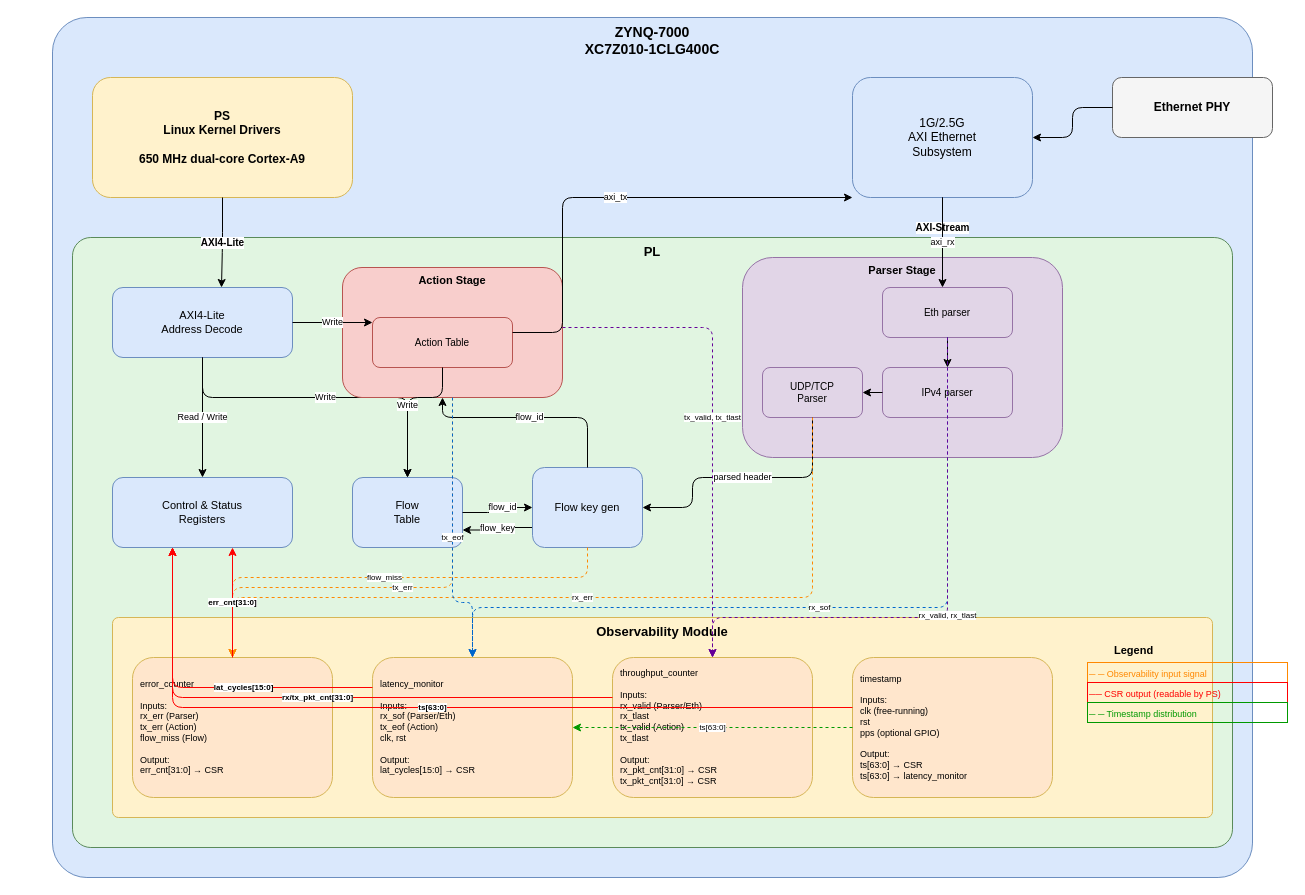
Above: docs/zynq_dataplane.drawio in JesseOinonen/zynq-networking-dataplane (draw.io), before the change. Source tidied: cells renumbered, new cells numbered last; positions are measured from the earlier drawing's top-left corner, leaving out a move shared by most shapes. Both pictures are drawn from the tidied source at 100%, with x=0, y=0 at pixel (52, 17).
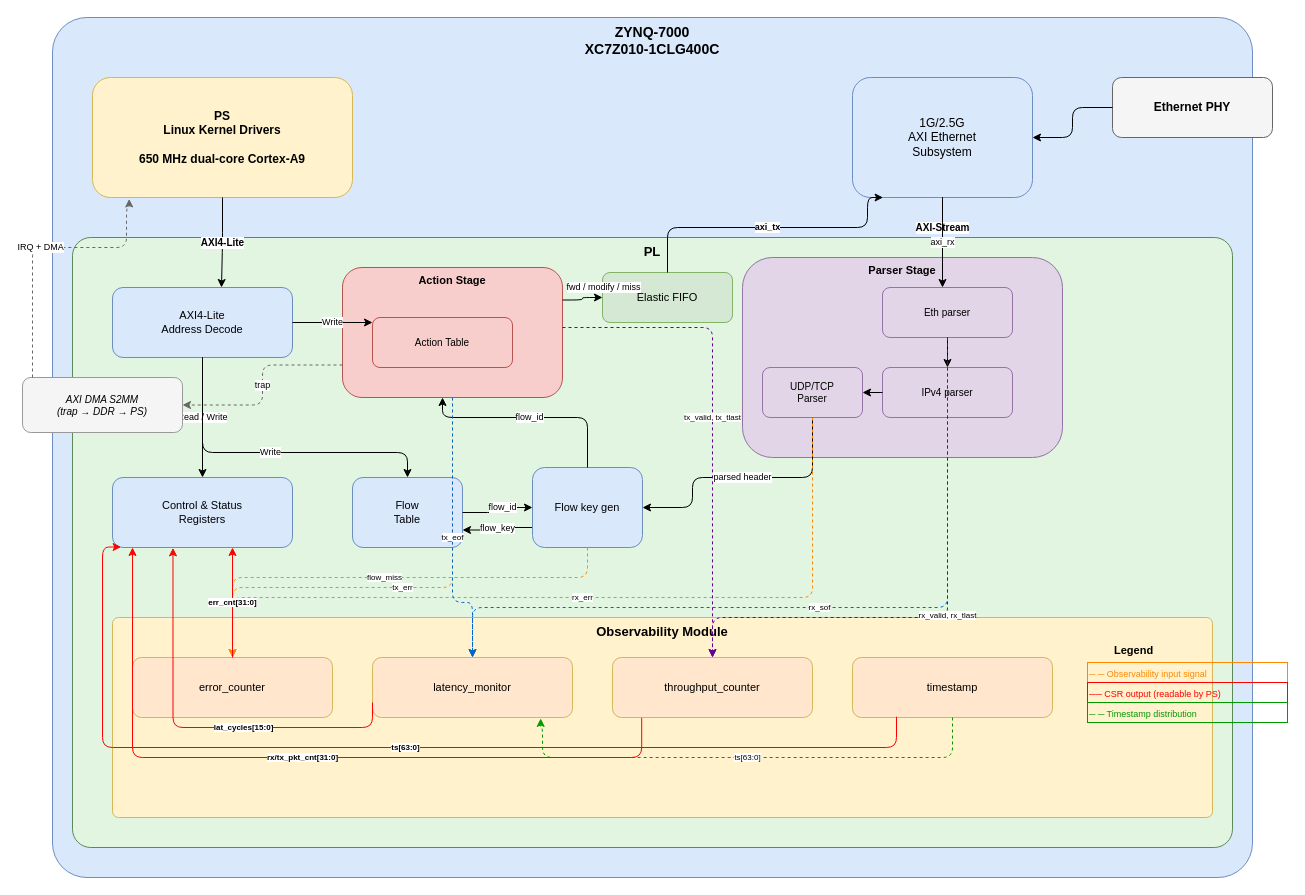
The same diagram, later.

Unchanged cells that the change refers to:
```xml
<mxCell id="3" value="PS&#10;Linux Kernel Drivers&#10;&#10;650 MHz dual-core Cortex-A9" style="rounded=1;whiteSpace=wrap;html=1;fillColor=#fff2cc;strokeColor=#d6b656;fontSize=12;fontStyle=1;" parent="1" vertex="1">
  <mxGeometry x="40" y="60" width="260" height="120" as="geometry" />
</mxCell>
<mxCell id="4" value="1G/2.5G&#10;AXI Ethernet&#10;Subsystem" style="rounded=1;whiteSpace=wrap;html=1;fillColor=#dae8fc;strokeColor=#6c8ebf;fontSize=12;" parent="1" vertex="1">
  <mxGeometry x="800" y="60" width="180" height="120" as="geometry" />
</mxCell>
<mxCell id="9" value="AXI4-Lite&#10;Address Decode" style="rounded=1;whiteSpace=wrap;html=1;fillColor=#dae8fc;strokeColor=#6c8ebf;fontSize=11;" parent="1" vertex="1">
  <mxGeometry x="60" y="270" width="180" height="70" as="geometry" />
</mxCell>
<mxCell id="10" value="Control &amp; Status&#10;Registers" style="rounded=1;whiteSpace=wrap;html=1;fillColor=#dae8fc;strokeColor=#6c8ebf;fontSize=11;" parent="1" vertex="1">
  <mxGeometry x="60" y="460" width="180" height="70" as="geometry" />
</mxCell>
<mxCell id="12" value="Flow&#10;Table" style="rounded=1;whiteSpace=wrap;html=1;fillColor=#dae8fc;strokeColor=#6c8ebf;fontSize=11;" parent="1" vertex="1">
  <mxGeometry x="300" y="460" width="110" height="70" as="geometry" />
</mxCell>
<mxCell id="14" value="Action Stage" style="rounded=1;whiteSpace=wrap;html=1;fillColor=#f8cecc;strokeColor=#b85450;fontSize=11;fontStyle=1;verticalAlign=top;" parent="1" vertex="1">
  <mxGeometry x="290" y="250" width="220" height="130" as="geometry" />
</mxCell>
<mxCell id="15" value="Action Table" style="rounded=1;whiteSpace=wrap;html=1;fillColor=#f8cecc;strokeColor=#b85450;fontSize=10;" parent="1" vertex="1">
  <mxGeometry x="320" y="300" width="140" height="50" as="geometry" />
</mxCell>
```

What changed in the source:
```diff
@@
     <mxCell id="13" value="Write" style="edgeStyle=orthogonalEdgeStyle;html=1;fontSize=9;" parent="1" edge="1" source="9" target="12">
       <mxGeometry relative="1" as="geometry">
         <Array as="points">
-          <mxPoint x="150" y="380" />
-          <mxPoint x="355" y="380" />
+          <mxPoint x="150" y="435" />
+          <mxPoint x="355" y="435" />
         </Array>
       </mxGeometry>
     </mxCell>
@@
-    <mxCell id="17" value="Write" style="edgeStyle=orthogonalEdgeStyle;html=1;fontSize=9;" parent="1" edge="1" source="15" target="12">
-      <mxGeometry relative="1" as="geometry">
-        <Array as="points">
-          <mxPoint x="390" y="380" />
-          <mxPoint x="355" y="380" />
-        </Array>
-      </mxGeometry>
-    </mxCell>
@@
-    <mxCell id="30" value="axi_tx" style="edgeStyle=orthogonalEdgeStyle;html=1;fontSize=9;" parent="1" edge="1" source="15" target="4">
-      <mxGeometry relative="1" as="geometry">
-        <Array as="points">
-          <mxPoint x="510" y="315" />
-          <mxPoint x="890" y="180" />
-        </Array>
-      </mxGeometry>
-    </mxCell>
@@
-    <mxCell id="32" value="error_counter&#10;&#10;Inputs:&#10;rx_err (Parser)&#10;tx_err (Action)&#10;flow_miss (Flow)&#10;&#10;Output:&#10;err_cnt[31:0] → CSR" style="rounded=1;whiteSpace=wrap;html=1;fillColor=#ffe6cc;strokeColor=#d6b656;fontSize=9;align=left;spacingLeft=6;" parent="1" vertex="1">
-      <mxGeometry x="80" y="640" width="200" height="140" as="geometry" />
+    <mxCell id="32" value="error_counter" style="rounded=1;whiteSpace=wrap;html=1;fillColor=#ffe6cc;strokeColor=#d6b656;fontSize=11;" parent="1" vertex="1">
+      <mxGeometry x="80" y="640" width="200" height="60" as="geometry" />
     </mxCell>
-    <mxCell id="33" value="latency_monitor&#10;&#10;Inputs:&#10;rx_sof (Parser/Eth)&#10;tx_eof (Action)&#10;clk, rst&#10;&#10;Output:&#10;lat_cycles[15:0] → CSR" style="rounded=1;whiteSpace=wrap;html=1;fillColor=#ffe6cc;strokeColor=#d6b656;fontSize=9;align=left;spacingLeft=6;" parent="1" vertex="1">
-      <mxGeometry x="320" y="640" width="200" height="140" as="geometry" />
+    <mxCell id="33" value="latency_monitor" style="rounded=1;whiteSpace=wrap;html=1;fillColor=#ffe6cc;strokeColor=#d6b656;fontSize=11;" parent="1" vertex="1">
+      <mxGeometry x="320" y="640" width="200" height="60" as="geometry" />
     </mxCell>
-    <mxCell id="34" value="throughput_counter&#10;&#10;Inputs:&#10;rx_valid (Parser/Eth)&#10;rx_tlast&#10;tx_valid (Action)&#10;tx_tlast&#10;&#10;Output:&#10;rx_pkt_cnt[31:0] → CSR&#10;tx_pkt_cnt[31:0] → CSR" style="rounded=1;whiteSpace=wrap;html=1;fillColor=#ffe6cc;strokeColor=#d6b656;fontSize=9;align=left;spacingLeft=6;" parent="1" vertex="1">
-      <mxGeometry x="560" y="640" width="200" height="140" as="geometry" />
+    <mxCell id="34" value="throughput_counter" style="rounded=1;whiteSpace=wrap;html=1;fillColor=#ffe6cc;strokeColor=#d6b656;fontSize=11;" parent="1" vertex="1">
+      <mxGeometry x="560" y="640" width="200" height="60" as="geometry" />
     </mxCell>
-    <mxCell id="35" value="timestamp&#10;&#10;Inputs:&#10;clk (free-running)&#10;rst&#10;pps (optional GPIO)&#10;&#10;Output:&#10;ts[63:0] → CSR&#10;ts[63:0] → latency_monitor" style="rounded=1;whiteSpace=wrap;html=1;fillColor=#ffe6cc;strokeColor=#d6b656;fontSize=9;align=left;spacingLeft=6;" parent="1" vertex="1">
-      <mxGeometry x="800" y="640" width="200" height="140" as="geometry" />
+    <mxCell id="35" value="timestamp" style="rounded=1;whiteSpace=wrap;html=1;fillColor=#ffe6cc;strokeColor=#d6b656;fontSize=11;" parent="1" vertex="1">
+      <mxGeometry x="800" y="640" width="200" height="60" as="geometry" />
     </mxCell>
@@
-    <mxCell id="41" value="ts[63:0]" style="edgeStyle=orthogonalEdgeStyle;html=1;fontSize=8;dashed=1;strokeColor=#009900;" parent="1" edge="1" source="35" target="33">
+    <mxCell id="41" value="ts[63:0]" style="edgeStyle=orthogonalEdgeStyle;html=1;fontSize=8;dashed=1;strokeColor=#009900;entryX=0.841;entryY=1.015;entryDx=0;entryDy=0;entryPerimeter=0;" parent="1" edge="1" source="35" target="33">
       <mxGeometry relative="1" as="geometry">
         <Array as="points">
-          <mxPoint x="900" y="720" />
-          <mxPoint x="520" y="720" />
+          <mxPoint x="900" y="740" />
+          <mxPoint x="490" y="740" />
+          <mxPoint x="490" y="710" />
+          <mxPoint x="488" y="710" />
         </Array>
       </mxGeometry>
     </mxCell>
@@
-    <mxCell id="45" value="lat_cycles[15:0]" style="edgeStyle=orthogonalEdgeStyle;html=1;fontSize=8;strokeColor=#FF0000;fontStyle=1;" parent="1" edge="1" source="33" target="10">
+    <mxCell id="45" value="lat_cycles[15:0]" style="edgeStyle=orthogonalEdgeStyle;html=1;fontSize=8;strokeColor=#FF0000;fontStyle=1;entryX=0.336;entryY=1.005;entryDx=0;entryDy=0;entryPerimeter=0;" parent="1" edge="1" target="10">
       <mxGeometry x="-0.24" relative="1" as="geometry">
+        <mxPoint x="320" y="685" as="sourcePoint" />
         <Array as="points">
-          <mxPoint x="320" y="670" />
-          <mxPoint x="120" y="670" />
-          <mxPoint x="120" y="495" />
+          <mxPoint x="320" y="710" />
+          <mxPoint x="121" y="710" />
         </Array>
       </mxGeometry>
     </mxCell>
-    <mxCell id="46" value="rx/tx_pkt_cnt[31:0]" style="edgeStyle=orthogonalEdgeStyle;html=1;fontSize=8;strokeColor=#FF0000;fontStyle=1;" parent="1" edge="1" source="34" target="10">
+    <mxCell id="46" value="rx/tx_pkt_cnt[31:0]" style="edgeStyle=orthogonalEdgeStyle;html=1;fontSize=8;strokeColor=#FF0000;fontStyle=1;exitX=0.146;exitY=1.006;exitDx=0;exitDy=0;exitPerimeter=0;" parent="1" edge="1" source="34">
       <mxGeometry relative="1" as="geometry">
+        <mxPoint x="80" y="530" as="targetPoint" />
         <Array as="points">
-          <mxPoint x="560" y="680" />
-          <mxPoint x="120" y="680" />
-          <mxPoint x="120" y="495" />
+          <mxPoint x="589" y="740" />
+          <mxPoint x="80" y="740" />
         </Array>
       </mxGeometry>
     </mxCell>
-    <mxCell id="47" value="ts[63:0]" style="edgeStyle=orthogonalEdgeStyle;html=1;fontSize=8;strokeColor=#FF0000;fontStyle=1;" parent="1" edge="1" source="35" target="10">
+    <mxCell id="47" value="ts[63:0]" style="edgeStyle=orthogonalEdgeStyle;html=1;fontSize=8;strokeColor=#FF0000;fontStyle=1;exitX=0.22;exitY=0.988;exitDx=0;exitDy=0;exitPerimeter=0;entryX=0.048;entryY=0.993;entryDx=0;entryDy=0;entryPerimeter=0;" parent="1" edge="1" source="35" target="10">
       <mxGeometry relative="1" as="geometry">
         <Array as="points">
-          <mxPoint x="800" y="690" />
-          <mxPoint x="120" y="690" />
-          <mxPoint x="120" y="495" />
+          <mxPoint x="844" y="730" />
+          <mxPoint x="50" y="730" />
+          <mxPoint x="50" y="530" />
         </Array>
       </mxGeometry>
     </mxCell>
@@
+    <mxCell id="53" value="Elastic FIFO" style="rounded=1;whiteSpace=wrap;html=1;fillColor=#d5e8d4;strokeColor=#82b366;fontSize=11;" parent="1" vertex="1">
+      <mxGeometry x="550" y="255" width="130" height="50" as="geometry" />
+    </mxCell>
+    <mxCell id="54" value="fwd / modify / miss" style="edgeStyle=orthogonalEdgeStyle;html=1;fontSize=9;exitX=1;exitY=0.25;exitDx=0;exitDy=0;entryX=0;entryY=0.5;entryDx=0;entryDy=0;" parent="1" edge="1" source="14" target="53">
+      <mxGeometry x="1" y="10" relative="1" as="geometry" />
+    </mxCell>
+    <mxCell id="30" value="axi_tx" style="edgeStyle=orthogonalEdgeStyle;html=1;fontSize=9;fontStyle=1;exitX=0.5;exitY=0;exitDx=0;exitDy=0;entryX=0.17;entryY=1;entryDx=0;entryDy=0;" parent="1" edge="1" source="53" target="4">
+      <mxGeometry relative="1" as="geometry">
+        <Array as="points">
+          <mxPoint x="615" y="210" />
+          <mxPoint x="815" y="210" />
+          <mxPoint x="815" y="180" />
+        </Array>
+      </mxGeometry>
+    </mxCell>
+    <mxCell id="55" value="AXI DMA S2MM&#10;(trap → DDR → PS)" style="rounded=1;whiteSpace=wrap;html=1;fillColor=#f5f5f5;strokeColor=#999999;fontSize=10;fontStyle=2;" parent="1" vertex="1">
+      <mxGeometry x="-30" y="360" width="160" height="55" as="geometry" />
+    </mxCell>
+    <mxCell id="56" value="trap" style="edgeStyle=orthogonalEdgeStyle;html=1;fontSize=9;dashed=1;strokeColor=#666666;exitX=0;exitY=0.75;exitDx=0;exitDy=0;entryX=1;entryY=0.5;entryDx=0;entryDy=0;" parent="1" edge="1" source="14" target="55">
+      <mxGeometry relative="1" as="geometry" />
+    </mxCell>
+    <mxCell id="57" value="IRQ + DMA" style="edgeStyle=orthogonalEdgeStyle;html=1;fontSize=9;dashed=1;strokeColor=#666666;exitX=0.5;exitY=0;exitDx=0;exitDy=0;entryX=0.141;entryY=1.012;entryDx=0;entryDy=0;entryPerimeter=0;" parent="1" edge="1" target="3">
+      <mxGeometry relative="1" as="geometry">
+        <mxPoint x="-20" y="360" as="sourcePoint" />
+        <Array as="points">
+          <mxPoint x="-20" y="230" />
+          <mxPoint x="74" y="230" />
+          <mxPoint x="74" y="190" />
+          <mxPoint x="77" y="190" />
+        </Array>
+      </mxGeometry>
+    </mxCell>
```
